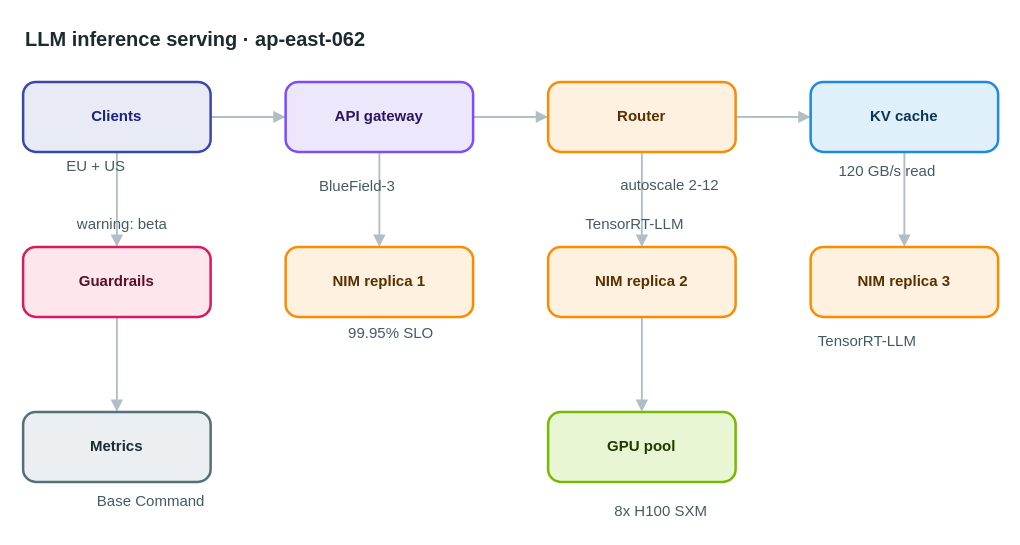
Above: apps/web/public/samples/library/062-llm-inference-serving.drawio in AryanG01/open-apprentice (draw.io), before the change. Source tidied: cells renumbered, new cells numbered last; positions are measured from the earlier drawing's top-left corner, leaving out a move shared by most shapes. Both pictures are drawn from the tidied source at 125%, with x=0, y=0 at pixel (22, 21).
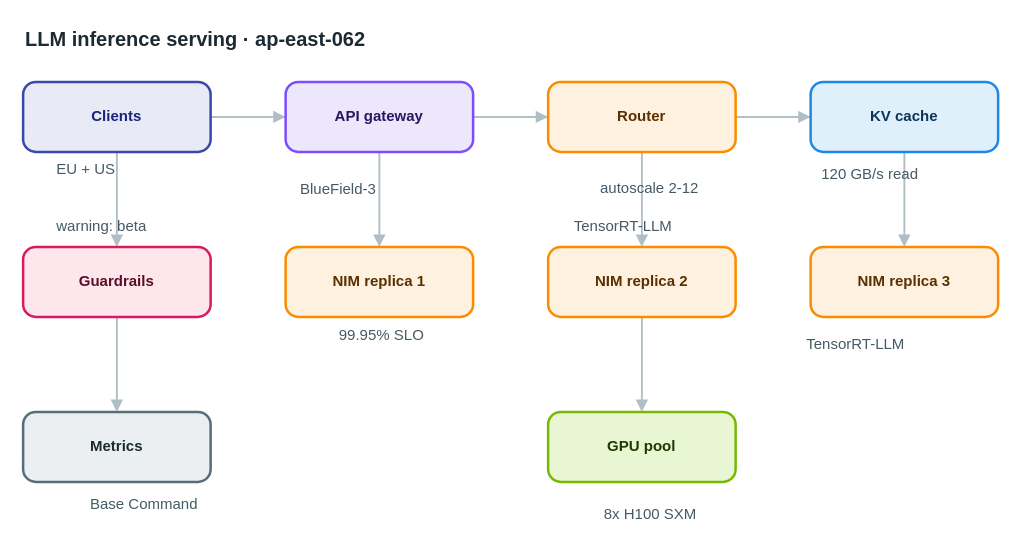
After the change.

Diff of the diagram source:
```diff
@@
-    <mxCell id="22" value="EU + US" style="text;html=1;align=center;verticalAlign=middle;whiteSpace=nowrap;strokeColor=none;fillColor=none;fontSize=12;fontColor=#455a64;" parent="1" vertex="1">
+    <mxCell id="22" value="EU + US" style="text;html=1;align=left;verticalAlign=top;whiteSpace=nowrap;spacing=0;spacingTop=0;strokeColor=none;fillColor=none;fontSize=12;fontColor=#455a64;" parent="1" vertex="1">
       <mxGeometry x="27" y="106" width="61" height="20" as="geometry" />
     </mxCell>
-    <mxCell id="23" value="BlueField-3" style="text;html=1;align=center;verticalAlign=middle;whiteSpace=nowrap;strokeColor=none;fillColor=none;fontSize=12;fontColor=#455a64;" parent="1" vertex="1">
+    <mxCell id="23" value="BlueField-3" style="text;html=1;align=left;verticalAlign=top;whiteSpace=nowrap;spacing=0;spacingTop=0;strokeColor=none;fillColor=none;fontSize=12;fontColor=#455a64;" parent="1" vertex="1">
       <mxGeometry x="222" y="122" width="89" height="20" as="geometry" />
     </mxCell>
-    <mxCell id="24" value="autoscale 2-12" style="text;html=1;align=center;verticalAlign=middle;whiteSpace=nowrap;strokeColor=none;fillColor=none;fontSize=12;fontColor=#455a64;" parent="1" vertex="1">
+    <mxCell id="24" value="autoscale 2-12" style="text;html=1;align=left;verticalAlign=top;whiteSpace=nowrap;spacing=0;spacingTop=0;strokeColor=none;fillColor=none;fontSize=12;fontColor=#455a64;" parent="1" vertex="1">
       <mxGeometry x="462" y="121" width="110" height="20" as="geometry" />
     </mxCell>
-    <mxCell id="25" value="99.95% SLO" style="text;html=1;align=center;verticalAlign=middle;whiteSpace=nowrap;strokeColor=none;fillColor=none;fontSize=12;fontColor=#455a64;" parent="1" vertex="1">
+    <mxCell id="25" value="99.95% SLO" style="text;html=1;align=left;verticalAlign=top;whiteSpace=nowrap;spacing=0;spacingTop=0;strokeColor=none;fillColor=none;fontSize=12;fontColor=#455a64;" parent="1" vertex="1">
       <mxGeometry x="253" y="239" width="82" height="20" as="geometry" />
     </mxCell>
-    <mxCell id="26" value="TensorRT-LLM" style="text;html=1;align=center;verticalAlign=middle;whiteSpace=nowrap;strokeColor=none;fillColor=none;fontSize=12;fontColor=#455a64;" parent="1" vertex="1">
+    <mxCell id="26" value="TensorRT-LLM" style="text;html=1;align=left;verticalAlign=top;whiteSpace=nowrap;spacing=0;spacingTop=0;strokeColor=none;fillColor=none;fontSize=12;fontColor=#455a64;" parent="1" vertex="1">
       <mxGeometry x="441" y="152" width="96" height="20" as="geometry" />
     </mxCell>
-    <mxCell id="27" value="TensorRT-LLM" style="text;html=1;align=center;verticalAlign=middle;whiteSpace=nowrap;strokeColor=none;fillColor=none;fontSize=12;fontColor=#455a64;" parent="1" vertex="1">
+    <mxCell id="27" value="TensorRT-LLM" style="text;html=1;align=left;verticalAlign=top;whiteSpace=nowrap;spacing=0;spacingTop=0;strokeColor=none;fillColor=none;fontSize=12;fontColor=#455a64;" parent="1" vertex="1">
       <mxGeometry x="627" y="246" width="96" height="20" as="geometry" />
     </mxCell>
-    <mxCell id="28" value="120 GB/s read" style="text;html=1;align=center;verticalAlign=middle;whiteSpace=nowrap;strokeColor=none;fillColor=none;fontSize=12;fontColor=#455a64;" parent="1" vertex="1">
+    <mxCell id="28" value="120 GB/s read" style="text;html=1;align=left;verticalAlign=top;whiteSpace=nowrap;spacing=0;spacingTop=0;strokeColor=none;fillColor=none;fontSize=12;fontColor=#455a64;" parent="1" vertex="1">
       <mxGeometry x="639" y="110" width="103" height="20" as="geometry" />
     </mxCell>
-    <mxCell id="29" value="8x H100 SXM" style="text;html=1;align=center;verticalAlign=middle;whiteSpace=nowrap;strokeColor=none;fillColor=none;fontSize=12;fontColor=#455a64;" parent="1" vertex="1">
+    <mxCell id="29" value="8x H100 SXM" style="text;html=1;align=left;verticalAlign=top;whiteSpace=nowrap;spacing=0;spacingTop=0;strokeColor=none;fillColor=none;fontSize=12;fontColor=#455a64;" parent="1" vertex="1">
       <mxGeometry x="465" y="382" width="89" height="20" as="geometry" />
     </mxCell>
-    <mxCell id="30" value="warning: beta" style="text;html=1;align=center;verticalAlign=middle;whiteSpace=nowrap;strokeColor=none;fillColor=none;fontSize=12;fontColor=#455a64;" parent="1" vertex="1">
+    <mxCell id="30" value="warning: beta" style="text;html=1;align=left;verticalAlign=top;whiteSpace=nowrap;spacing=0;spacingTop=0;strokeColor=none;fillColor=none;fontSize=12;fontColor=#455a64;" parent="1" vertex="1">
       <mxGeometry x="27" y="152" width="103" height="20" as="geometry" />
     </mxCell>
-    <mxCell id="31" value="Base Command" style="text;html=1;align=center;verticalAlign=middle;whiteSpace=nowrap;strokeColor=none;fillColor=none;fontSize=12;fontColor=#455a64;" parent="1" vertex="1">
+    <mxCell id="31" value="Base Command" style="text;html=1;align=left;verticalAlign=top;whiteSpace=nowrap;spacing=0;spacingTop=0;strokeColor=none;fillColor=none;fontSize=12;fontColor=#455a64;" parent="1" vertex="1">
       <mxGeometry x="54" y="374" width="96" height="20" as="geometry" />
     </mxCell>
```
